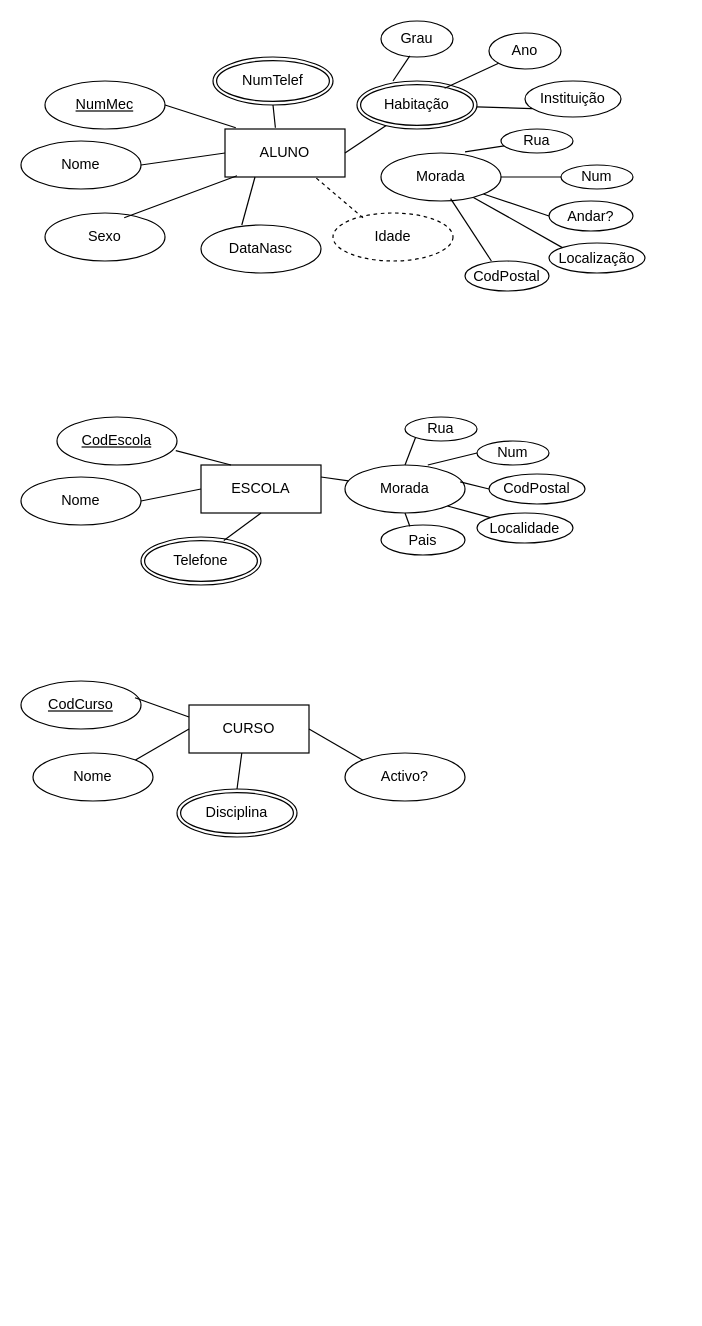
Before: diagrama escolar.drawio in inescampos25/diagramaescolar, a draw.io diagram. Source tidied: cells renumbered, new cells numbered last; positions are measured from the earlier drawing's top-left corner, leaving out a move shared by most shapes. Both pictures are drawn from the tidied source at 120%, with x=0, y=0 at pixel (20, 20).
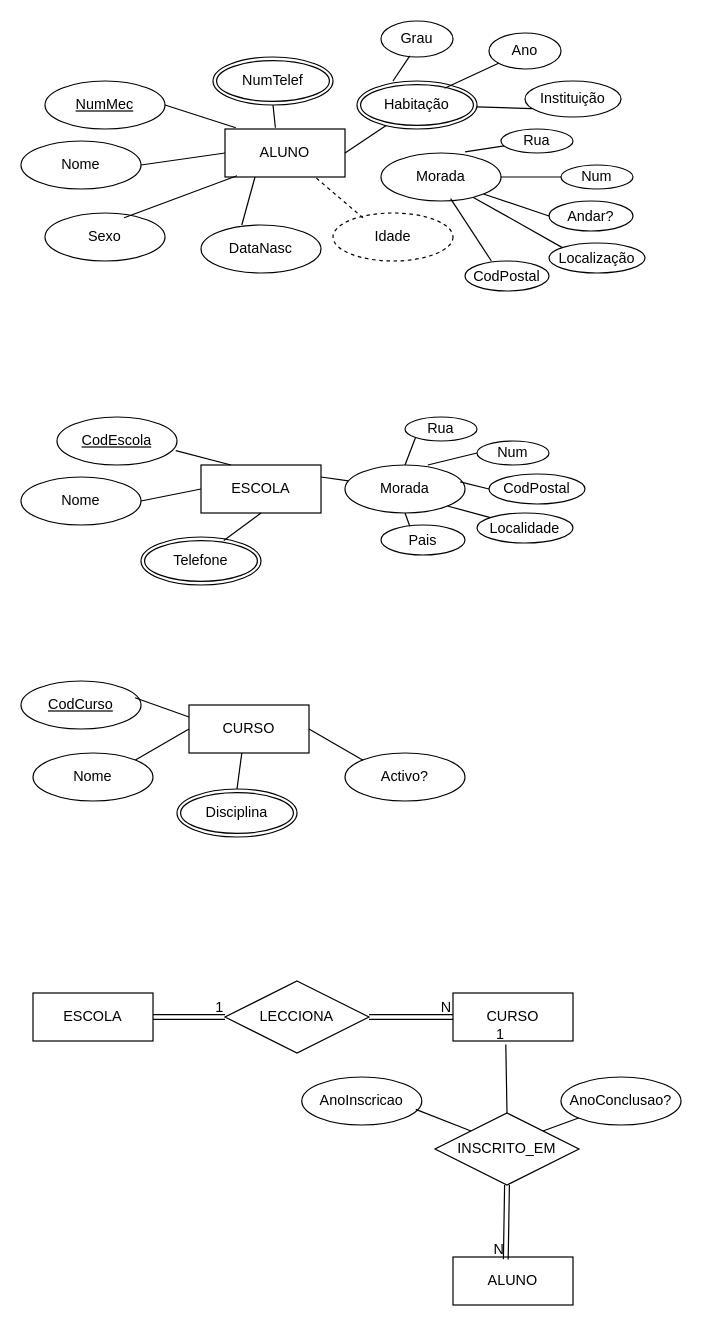
After the change.

Diff of the diagram source:
```diff
@@
+    <mxCell id="62" value="CURSO" style="whiteSpace=wrap;html=1;align=center;" parent="1" vertex="1">
+      <mxGeometry x="360" y="810" width="100" height="40" as="geometry" />
+    </mxCell>
+    <mxCell id="63" value="ESCOLA" style="whiteSpace=wrap;html=1;align=center;" parent="1" vertex="1">
+      <mxGeometry x="10" y="810" width="100" height="40" as="geometry" />
+    </mxCell>
+    <mxCell id="64" value="LECCIONA" style="shape=rhombus;perimeter=rhombusPerimeter;whiteSpace=wrap;html=1;align=center;" parent="1" vertex="1">
+      <mxGeometry x="170" y="800" width="120" height="60" as="geometry" />
+    </mxCell>
+    <mxCell id="65" value="INSCRITO_EM" style="shape=rhombus;perimeter=rhombusPerimeter;whiteSpace=wrap;html=1;align=center;" parent="1" vertex="1">
+      <mxGeometry x="345" y="910" width="120" height="60" as="geometry" />
+    </mxCell>
+    <mxCell id="66" value="AnoInscricao" style="ellipse;whiteSpace=wrap;html=1;align=center;" parent="1" vertex="1">
+      <mxGeometry x="234" y="880" width="100" height="40" as="geometry" />
+    </mxCell>
+    <mxCell id="67" value="AnoConclusao?" style="ellipse;whiteSpace=wrap;html=1;align=center;" parent="1" vertex="1">
+      <mxGeometry x="450" y="880" width="100" height="40" as="geometry" />
+    </mxCell>
+    <mxCell id="68" value="ALUNO" style="whiteSpace=wrap;html=1;align=center;" parent="1" vertex="1">
+      <mxGeometry x="360" y="1030" width="100" height="40" as="geometry" />
+    </mxCell>
+    <mxCell id="69" style="endArrow=none;html=1;rounded=0;entryX=0;entryY=0;entryDx=0;entryDy=0;exitX=0.95;exitY=0.675;exitDx=0;exitDy=0;exitPerimeter=0;" parent="1" edge="1" source="66" target="65">
+      <mxGeometry relative="1" as="geometry" />
+    </mxCell>
+    <mxCell id="70" style="endArrow=none;html=1;rounded=0;entryX=0;entryY=1;entryDx=0;entryDy=0;exitX=1;exitY=0;exitDx=0;exitDy=0;" parent="1" edge="1" source="65" target="67">
+      <mxGeometry relative="1" as="geometry" />
+    </mxCell>
+    <mxCell id="71" style="shape=link;html=1;rounded=0;exitX=0.5;exitY=1;exitDx=0;exitDy=0;entryX=0.44;entryY=0.05;entryDx=0;entryDy=0;entryPerimeter=0;" parent="1" edge="1" source="65" target="68">
+      <mxGeometry relative="1" as="geometry" />
+    </mxCell>
+    <mxCell id="72" value="N" style="html=1;whiteSpace=wrap;align=right;verticalAlign=bottom;" parent="71" vertex="1">
+      <mxGeometry x="1" relative="1" as="geometry" />
+    </mxCell>
+    <mxCell id="73" style="shape=link;html=1;rounded=0;exitX=1;exitY=0.5;exitDx=0;exitDy=0;entryX=0;entryY=0.5;entryDx=0;entryDy=0;" parent="1" edge="1" source="63" target="64">
+      <mxGeometry relative="1" as="geometry" />
+    </mxCell>
+    <mxCell id="74" value="1" style="html=1;whiteSpace=wrap;align=right;verticalAlign=bottom;" parent="73" vertex="1">
+      <mxGeometry x="1" relative="1" as="geometry" />
+    </mxCell>
+    <mxCell id="75" style="endArrow=none;html=1;rounded=0;exitX=0.5;exitY=0;exitDx=0;exitDy=0;entryX=0.44;entryY=1.075;entryDx=0;entryDy=0;entryPerimeter=0;" parent="1" edge="1" source="65" target="62">
+      <mxGeometry relative="1" as="geometry" />
+    </mxCell>
+    <mxCell id="76" value="1" style="html=1;whiteSpace=wrap;align=right;verticalAlign=bottom;" parent="75" vertex="1">
+      <mxGeometry x="1" relative="1" as="geometry" />
+    </mxCell>
+    <mxCell id="77" style="shape=link;html=1;rounded=0;entryX=0;entryY=0.5;entryDx=0;entryDy=0;exitX=1;exitY=0.5;exitDx=0;exitDy=0;" parent="1" edge="1" source="64" target="62">
+      <mxGeometry relative="1" as="geometry" />
+    </mxCell>
+    <mxCell id="78" value="N" style="html=1;whiteSpace=wrap;align=right;verticalAlign=bottom;" parent="77" vertex="1">
+      <mxGeometry x="1" relative="1" as="geometry" />
+    </mxCell>
```
